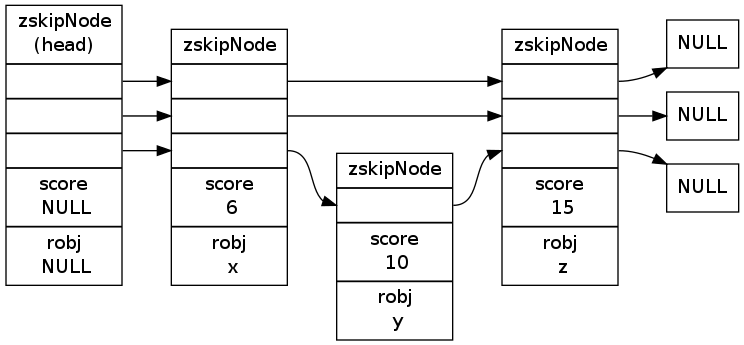
The Graphviz diagram internal-datastruct/image/skiplist-example.png in huangzworks/redisbook, before a commit. Its source is kept beside it as internal-datastruct/image/skiplist-example.dot. The source it was exported from:
```dot
digraph zset {
    rankdir = LR;
    node [shape = record];

    skiplist [label ="<head>zskipNode\n(head) |<3> |<2> |<1> |<score>score\n NULL |<robj>robj\n NULL"];
    six [label = "<head>zskipNode |<3> |<2> |<1> |<score>score\n 6 |<robj>robj\n x"];
    ten [label = "<head>zskipNode | <1> |<score>score\n 10 |<robj>robj\n y"];
    fiften [label = "<head>zskipNode |<3> |<2> |<1> |<score>score\n 15 |<robj>robj\n z"];

    skiplist:3 -> six:3;
    skiplist:2 -> six:2;
    skiplist:1 -> six:1;
    six:1 -> ten:1;
    six:2 -> fiften:2;
    six:3 -> fiften:3;
    ten:1 -> fiften:1;

    null_1 [label = "NULL"];
    null_2 [label = "NULL"];
    null_3 [label = "NULL"];

    fiften:1 -> null_1;
    fiften:2 -> null_2;
    fiften:3 -> null_3;

}
```
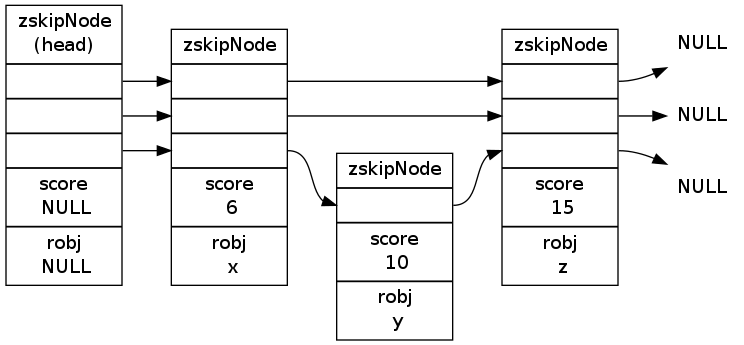
After the change.

The edit, as a diff of the source:
```diff
@@ -15,9 +15,9 @@
     six:3 -> fiften:3;
     ten:1 -> fiften:1;
 
-    null_1 [label = "NULL"];
-    null_2 [label = "NULL"];
-    null_3 [label = "NULL"];
+    null_1 [label = "NULL", shape=plaintext];
+    null_2 [label = "NULL", shape=plaintext];
+    null_3 [label = "NULL", shape=plaintext];
 
     fiften:1 -> null_1;
     fiften:2 -> null_2;
```
